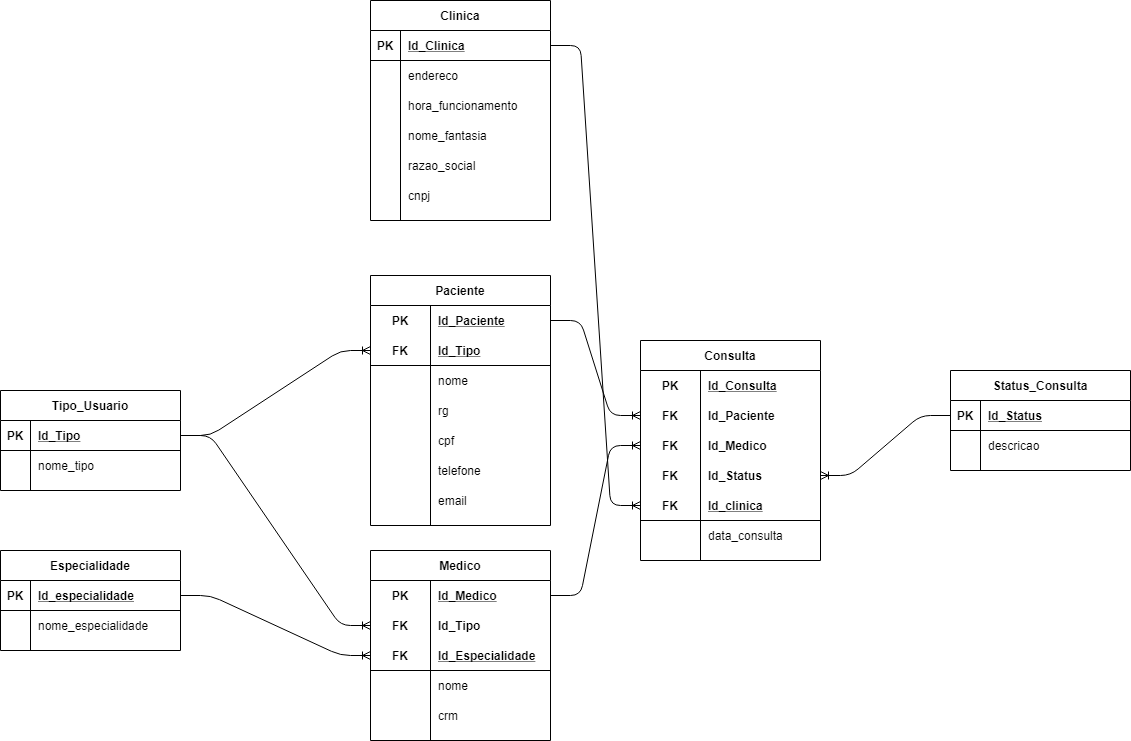
This is Modelagens/SP Medical Group-Lógico.png from Leonardo-Souza-de-Castro/Projeto-SP-Medical-Group, a draw.io export, as it was before one commit. Source tidied: cells renumbered, new cells last; positions are measured from the earlier drawing's top-left corner, leaving out a move shared by most shapes.
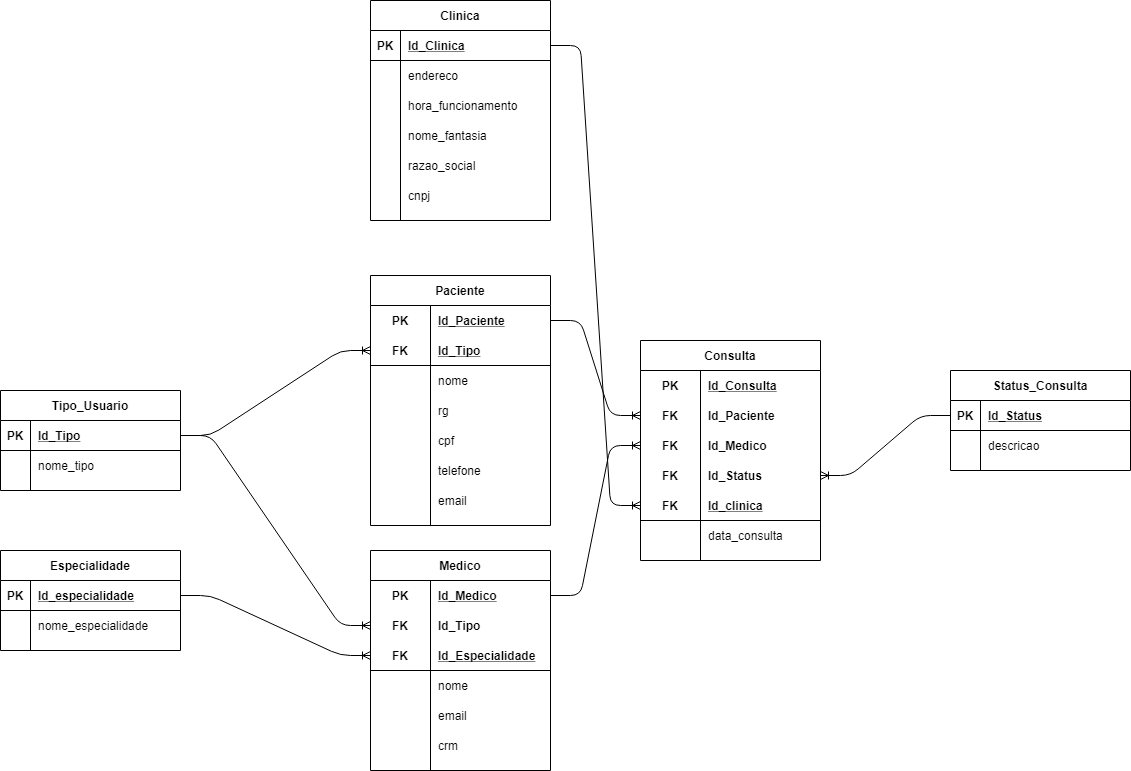
Above is the later version.

Diff of the diagram source:
```diff
@@ -123,7 +123,7 @@
       <mxGeometry x="30" width="150" height="30" as="geometry" />
     </mxCell>
     <mxCell id="42" value="Medico" style="shape=table;startSize=30;rowLines=0;fontStyle=1;align=center;" parent="1" vertex="1">
-      <mxGeometry x="370" y="550" width="180" height="190" as="geometry" />
+      <mxGeometry x="370" y="550" width="180" height="220" as="geometry" />
     </mxCell>
     <mxCell id="43" style="shape=partialRectangle;fillColor=none;top=0;left=0;bottom=0;right=0;points=[[0,0.5],[1,0.5]];portConstraint=eastwest;" parent="42" vertex="1">
       <mxGeometry y="30" width="180" height="30" as="geometry" />
@@ -161,8 +161,17 @@
     <mxCell id="54" value="nome" style="shape=partialRectangle;fillColor=none;top=0;left=0;bottom=0;right=0;align=left;spacingLeft=6;overflow=hidden;" parent="52" vertex="1">
       <mxGeometry x="60" width="120" height="30" as="geometry" />
     </mxCell>
+    <mxCell id="106" style="shape=partialRectangle;fillColor=none;top=0;left=0;bottom=0;right=0;" parent="42" vertex="1">
+      <mxGeometry y="150" width="180" height="30" as="geometry" />
+    </mxCell>
+    <mxCell id="107" style="shape=partialRectangle;fillColor=none;top=0;left=0;bottom=0;right=0;overflow=hidden;" parent="106" vertex="1">
+      <mxGeometry width="60" height="30" as="geometry" />
+    </mxCell>
+    <mxCell id="108" value="email" style="shape=partialRectangle;fillColor=none;top=0;left=0;bottom=0;right=0;align=left;spacingLeft=6;overflow=hidden;" parent="106" vertex="1">
+      <mxGeometry x="60" width="120" height="30" as="geometry" />
+    </mxCell>
     <mxCell id="55" style="shape=partialRectangle;fillColor=none;top=0;left=0;bottom=0;right=0;" parent="42" vertex="1">
-      <mxGeometry y="150" width="180" height="30" as="geometry" />
+      <mxGeometry y="180" width="180" height="30" as="geometry" />
     </mxCell>
     <mxCell id="56" style="shape=partialRectangle;fillColor=none;top=0;left=0;bottom=0;right=0;overflow=hidden;" parent="55" vertex="1">
       <mxGeometry width="60" height="30" as="geometry" />
```
